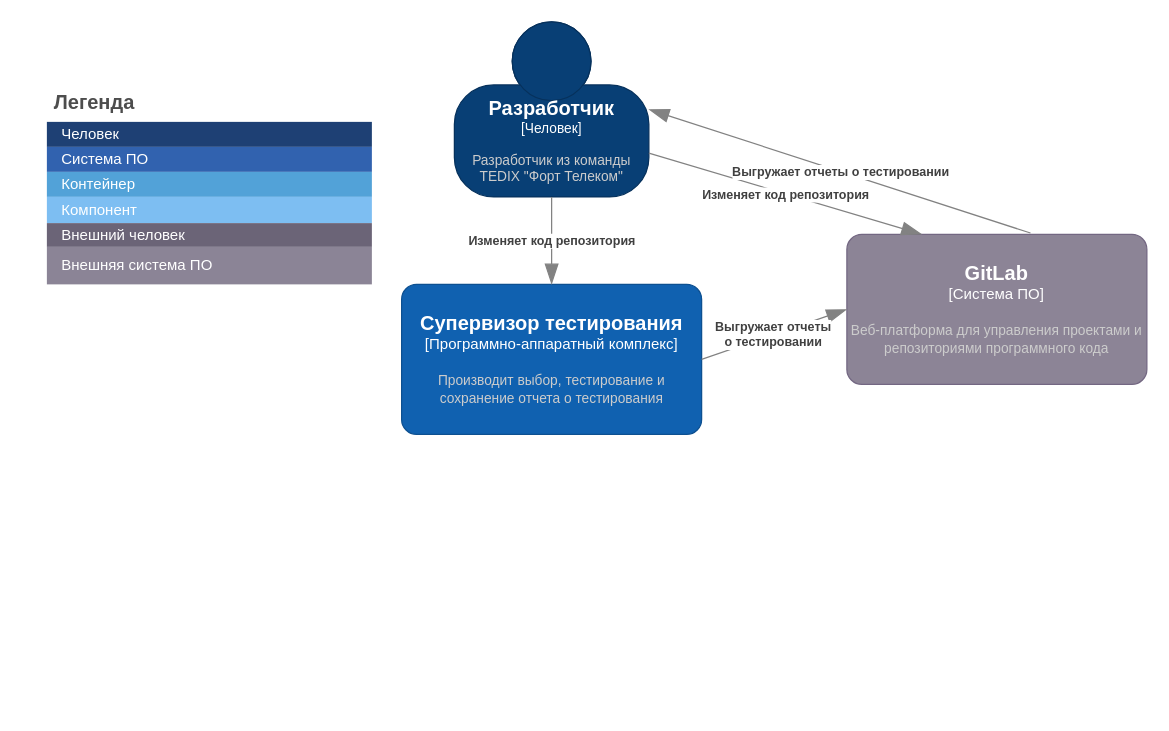
This is lab_2/docs/assets/context_diagram.drawio from kudlayalexander/HSE_arch, a draw.io file, before an edit. Source tidied: cells renumbered, new cells numbered last; positions are measured from the earlier drawing's top-left corner, leaving out a move shared by most shapes. Both pictures are drawn from the tidied source at 125%, with x=0, y=0 at pixel (46, 21).
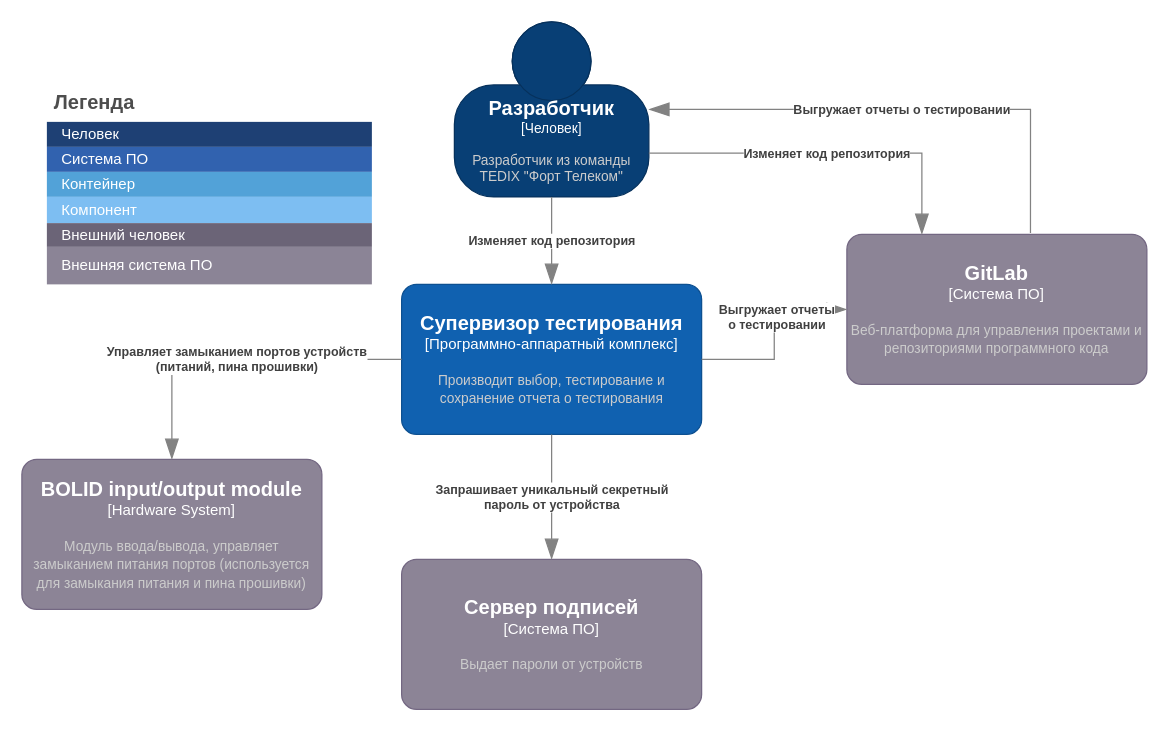
After the change.

The change refers to these unchanged cells:
```xml
<object id="2" label="&lt;font style=&quot;font-size: 16px&quot;&gt;&lt;b&gt;%c4Name%&lt;/b&gt;&lt;/font&gt;&lt;div&gt;[%c4Type%]&lt;/div&gt;&lt;br&gt;&lt;div&gt;&lt;font style=&quot;font-size: 11px&quot;&gt;&lt;font color=&quot;#cccccc&quot;&gt;%c4Description%&lt;/font&gt;&lt;/div&gt;" c4Description="Разработчик из команды TEDIX &quot;Форт Телеком&quot;" c4Name="Разработчик" c4Type="Человек" placeholders="1">
  <mxCell style="html=1;fontSize=11;dashed=0;whiteSpace=wrap;fillColor=#083F75;strokeColor=#06315C;fontColor=#ffffff;shape=mxgraph.c4.person2;align=center;points=[[0.5,0,0],[1,0.5,0],[1,0.75,0],[0.75,1,0],[0.5,1,0],[0.25,1,0],[0,0.75,0],[0,0.5,0]];" parent="1" vertex="1">
    <mxGeometry x="326" width="155.6" height="140" as="geometry" />
  </mxCell>
</object>
<object id="3" label="&lt;font style=&quot;font-size: 16px&quot;&gt;&lt;b&gt;%c4Name%&lt;/b&gt;&lt;/font&gt;&lt;div&gt;[%c4Type%]&lt;/div&gt;&lt;br&gt;&lt;div&gt;&lt;font style=&quot;font-size: 11px&quot;&gt;&lt;font color=&quot;#cccccc&quot;&gt;%c4Description%&lt;/font&gt;&lt;/div&gt;" c4Description="Веб-платформа для управления проектами и репозиториями программного кода" c4Name="GitLab" c4Type="Система ПО" placeholders="1">
  <mxCell style="rounded=1;whiteSpace=wrap;html=1;labelBackgroundColor=none;fillColor=#8C8496;fontColor=#ffffff;align=center;arcSize=10;strokeColor=#736782;points=[[0.25,0,0],[0.5,0,0],[0.75,0,0],[1,0.25,0],[1,0.5,0],[1,0.75,0],[0.75,1,0],[0.5,1,0],[0.25,1,0],[0,0.75,0],[0,0.5,0],[0,0.25,0]];" parent="1" vertex="1">
    <mxGeometry x="640" y="170" width="240" height="120" as="geometry" />
  </mxCell>
</object>
<object id="19" label="&lt;font style=&quot;font-size: 16px&quot;&gt;&lt;b&gt;%c4Name%&lt;/b&gt;&lt;/font&gt;&lt;div&gt;[%c4Type%]&lt;/div&gt;&lt;br&gt;&lt;div&gt;&lt;font style=&quot;font-size: 11px&quot;&gt;&lt;font color=&quot;#cccccc&quot;&gt;%c4Description%&lt;/font&gt;&lt;/div&gt;" c4Description="Производит выбор, тестирование и сохранение отчета о тестирования" c4Name="Супервизор тестирования" c4Type="Программно-аппаратный комплекс" placeholders="1">
  <mxCell style="rounded=1;whiteSpace=wrap;html=1;labelBackgroundColor=none;fillColor=#1061B0;fontColor=#ffffff;align=center;arcSize=10;strokeColor=#0D5091;points=[[0.25,0,0],[0.5,0,0],[0.75,0,0],[1,0.25,0],[1,0.5,0],[1,0.75,0],[0.75,1,0],[0.5,1,0],[0.25,1,0],[0,0.75,0],[0,0.5,0],[0,0.25,0]];" parent="1" vertex="1">
    <mxGeometry x="283.8" y="210" width="240" height="120" as="geometry" />
  </mxCell>
</object>
```

Diff of the diagram source:
```diff
@@
     <object id="17" label="&lt;div style=&quot;text-align: left&quot;&gt;&lt;div style=&quot;text-align: center&quot;&gt;&lt;b&gt;%c4Description%&lt;/b&gt;&lt;/div&gt;" c4Description="Изменяет код репозитория" placeholders="1">
-      <mxCell style="endArrow=blockThin;html=1;fontSize=10;fontColor=#404040;strokeWidth=1;endFill=1;strokeColor=#828282;elbow=vertical;endSize=14;startSize=14;jumpStyle=arc;jumpSize=16;rounded=0;entryX=0.25;entryY=0;entryDx=0;entryDy=0;entryPerimeter=0;exitX=1;exitY=0.75;exitDx=0;exitDy=0;exitPerimeter=0;" parent="1" edge="1" source="2" target="3">
+      <mxCell style="endArrow=blockThin;html=1;fontSize=10;fontColor=#404040;strokeWidth=1;endFill=1;strokeColor=#828282;elbow=vertical;endSize=14;startSize=14;jumpStyle=arc;jumpSize=16;rounded=0;entryX=0.25;entryY=0;entryDx=0;entryDy=0;entryPerimeter=0;exitX=1;exitY=0.75;exitDx=0;exitDy=0;exitPerimeter=0;edgeStyle=orthogonalEdgeStyle;" parent="1" edge="1" source="2" target="3">
         <mxGeometry relative="1" as="geometry" />
       </mxCell>
     </object>
     <object id="18" label="&lt;div style=&quot;text-align: left&quot;&gt;&lt;div style=&quot;text-align: center&quot;&gt;&lt;b&gt;%c4Description%&lt;/b&gt;&lt;/div&gt;" c4Description="Выгружает отчеты о тестировании" placeholders="1">
-      <mxCell style="endArrow=blockThin;html=1;fontSize=10;fontColor=#404040;strokeWidth=1;endFill=1;strokeColor=#828282;elbow=vertical;endSize=14;startSize=14;jumpStyle=arc;jumpSize=16;rounded=0;entryX=1;entryY=0.5;entryDx=0;entryDy=0;entryPerimeter=0;exitX=0.612;exitY=-0.009;exitDx=0;exitDy=0;exitPerimeter=0;" parent="1" edge="1" source="3" target="2">
-        <mxGeometry relative="1" as="geometry" />
+      <mxCell style="endArrow=blockThin;html=1;fontSize=10;fontColor=#404040;strokeWidth=1;endFill=1;strokeColor=#828282;elbow=vertical;endSize=14;startSize=14;jumpStyle=arc;jumpSize=16;rounded=0;entryX=1;entryY=0.5;entryDx=0;entryDy=0;entryPerimeter=0;exitX=0.612;exitY=-0.009;exitDx=0;exitDy=0;exitPerimeter=0;edgeStyle=orthogonalEdgeStyle;" parent="1" edge="1" source="3" target="2">
+        <mxGeometry relative="1" as="geometry">
+          <Array as="points">
+            <mxPoint x="787" y="70" />
+          </Array>
+        </mxGeometry>
       </mxCell>
     </object>
@@
     <object id="21" label="&lt;div style=&quot;text-align: left&quot;&gt;&lt;div style=&quot;text-align: center&quot;&gt;&lt;b&gt;%c4Description%&lt;/b&gt;&lt;/div&gt;" c4Description="Выгружает отчеты&#10;о тестировании" placeholders="1">
-      <mxCell style="endArrow=blockThin;html=1;fontSize=10;fontColor=#404040;strokeWidth=1;endFill=1;strokeColor=#828282;elbow=vertical;endSize=14;startSize=14;jumpStyle=arc;jumpSize=16;rounded=0;entryX=0;entryY=0.5;entryDx=0;entryDy=0;entryPerimeter=0;exitX=1;exitY=0.5;exitDx=0;exitDy=0;exitPerimeter=0;" parent="1" edge="1" source="19" target="3">
-        <mxGeometry relative="1" as="geometry" />
+      <mxCell style="endArrow=blockThin;html=1;fontSize=10;fontColor=#404040;strokeWidth=1;endFill=1;strokeColor=#828282;elbow=vertical;endSize=14;startSize=14;jumpStyle=arc;jumpSize=16;rounded=0;entryX=0;entryY=0.5;entryDx=0;entryDy=0;entryPerimeter=0;exitX=1;exitY=0.5;exitDx=0;exitDy=0;exitPerimeter=0;edgeStyle=orthogonalEdgeStyle;" parent="1" edge="1" source="19" target="3">
+        <mxGeometry x="0.28" y="-6" relative="1" as="geometry" />
       </mxCell>
     </object>
+    <object id="22" label="&lt;font style=&quot;font-size: 16px&quot;&gt;&lt;b&gt;%c4Name%&lt;/b&gt;&lt;/font&gt;&lt;div&gt;[%c4Type%]&lt;/div&gt;&lt;br&gt;&lt;div&gt;&lt;font style=&quot;font-size: 11px&quot;&gt;&lt;font color=&quot;#cccccc&quot;&gt;%c4Description%&lt;/font&gt;&lt;/div&gt;" c4Description="Выдает пароли от устройств" c4Name="Сервер подписей" c4Type="Система ПО" placeholders="1">
+      <mxCell style="rounded=1;whiteSpace=wrap;html=1;labelBackgroundColor=none;fillColor=#8C8496;fontColor=#ffffff;align=center;arcSize=10;strokeColor=#736782;points=[[0.25,0,0],[0.5,0,0],[0.75,0,0],[1,0.25,0],[1,0.5,0],[1,0.75,0],[0.75,1,0],[0.5,1,0],[0.25,1,0],[0,0.75,0],[0,0.5,0],[0,0.25,0]];" parent="1" vertex="1">
+        <mxGeometry x="283.8" y="430" width="240" height="120" as="geometry" />
+      </mxCell>
+    </object>
+    <object id="23" label="&lt;div style=&quot;text-align: left&quot;&gt;&lt;div style=&quot;text-align: center&quot;&gt;&lt;b&gt;%c4Description%&lt;/b&gt;&lt;/div&gt;" c4Description="Запрашивает уникальный секретный&#10;пароль от устройства" placeholders="1">
+      <mxCell style="endArrow=blockThin;html=1;fontSize=10;fontColor=#404040;strokeWidth=1;endFill=1;strokeColor=#828282;elbow=vertical;endSize=14;startSize=14;jumpStyle=arc;jumpSize=16;rounded=0;entryX=0.5;entryY=0;entryDx=0;entryDy=0;entryPerimeter=0;exitX=0.5;exitY=1;exitDx=0;exitDy=0;exitPerimeter=0;" parent="1" edge="1" source="19" target="22">
+        <mxGeometry relative="1" as="geometry" />
+      </mxCell>
+    </object>
+    <object id="24" label="&lt;font style=&quot;font-size: 16px&quot;&gt;&lt;b&gt;%c4Name%&lt;/b&gt;&lt;/font&gt;&lt;div&gt;[%c4Type%]&lt;/div&gt;&lt;br&gt;&lt;div&gt;&lt;font style=&quot;font-size: 11px&quot;&gt;&lt;font color=&quot;#cccccc&quot;&gt;%c4Description%&lt;/font&gt;&lt;/div&gt;" c4Description="Модуль ввода/вывода, управляет замыканием питания портов (используется для замыкания питания и пина прошивки)" c4Name="BOLID input/output module" c4Type="Hardware System" placeholders="1">
+      <mxCell style="rounded=1;whiteSpace=wrap;html=1;labelBackgroundColor=none;fillColor=#8C8496;fontColor=#ffffff;align=center;arcSize=10;strokeColor=#736782;points=[[0.25,0,0],[0.5,0,0],[0.75,0,0],[1,0.25,0],[1,0.5,0],[1,0.75,0],[0.75,1,0],[0.5,1,0],[0.25,1,0],[0,0.75,0],[0,0.5,0],[0,0.25,0]];" parent="1" vertex="1">
+        <mxGeometry x="-20" y="350" width="240" height="120" as="geometry" />
+      </mxCell>
+    </object>
+    <object id="25" label="&lt;div style=&quot;text-align: left&quot;&gt;&lt;div style=&quot;text-align: center&quot;&gt;&lt;b&gt;%c4Description%&lt;/b&gt;&lt;/div&gt;" c4Description="Управляет замыканием портов устройств&#10;(питаний, пина прошивки) " placeholders="1">
+      <mxCell style="endArrow=blockThin;html=1;fontSize=10;fontColor=#404040;strokeWidth=1;endFill=1;strokeColor=#828282;elbow=vertical;endSize=14;startSize=14;jumpStyle=arc;jumpSize=16;rounded=0;entryX=0.5;entryY=0;entryDx=0;entryDy=0;entryPerimeter=0;exitX=0;exitY=0.5;exitDx=0;exitDy=0;exitPerimeter=0;edgeStyle=orthogonalEdgeStyle;" parent="1" edge="1" source="19" target="24">
+        <mxGeometry relative="1" as="geometry" />
+      </mxCell>
+    </object>
```
